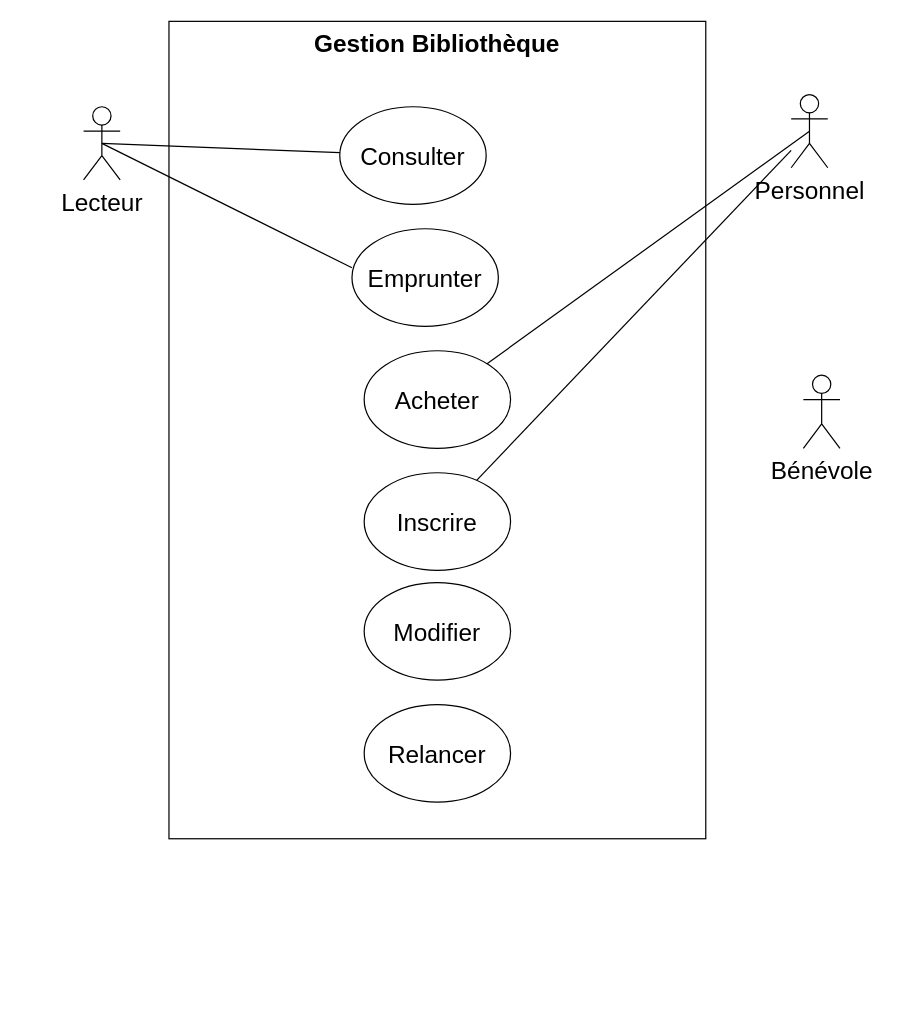
The draw.io diagram Développer des composants d'interface/Maquetter une application/UML partie 1/Phase 2 - Cas d'utilisation et Scénarios/Gestion Bibliothèque.drawio in Nijat-Majidli/CDA_21188, before the edit. Source tidied: cells renumbered, new cells numbered last; positions are measured from the earlier drawing's top-left corner, leaving out a move shared by most shapes. Both pictures are drawn from the tidied source at 122%, with x=0, y=0 at pixel (83, 21).
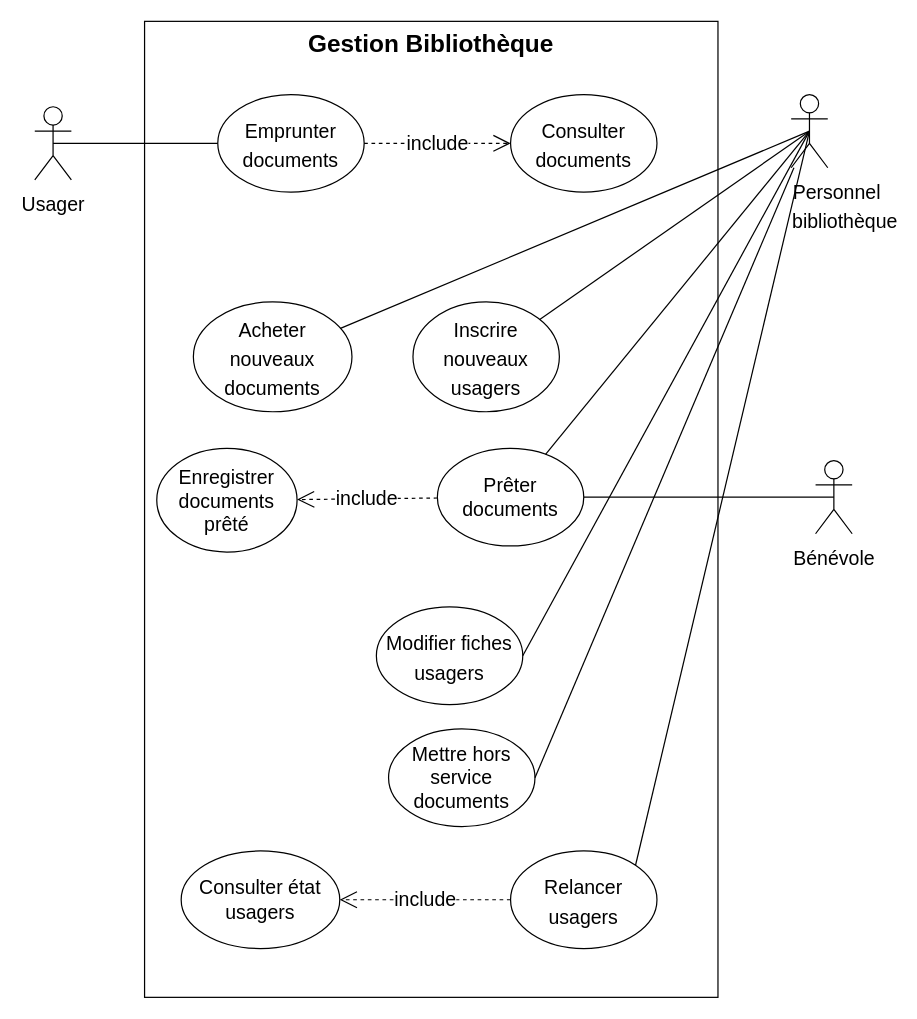
Above is the later version.

The edit, as a diff of the source:
```diff
@@
     <mxCell id="2" value="Gestion Bibliothèque" style="whiteSpace=wrap;html=1;verticalAlign=top;fontStyle=1;fontSize=20;" parent="1" vertex="1">
-      <mxGeometry x="70" width="440" height="670" as="geometry" />
+      <mxGeometry x="50" width="470" height="800" as="geometry" />
     </mxCell>
-    <mxCell id="3" value="Lecteur" style="shape=umlActor;verticalLabelPosition=bottom;verticalAlign=top;html=1;outlineConnect=0;fontSize=20;" parent="1" vertex="1">
-      <mxGeometry y="70" width="30" height="60" as="geometry" />
+    <mxCell id="3" value="&lt;font style=&quot;font-size: 16px&quot;&gt;Usager&lt;/font&gt;" style="shape=umlActor;verticalLabelPosition=bottom;verticalAlign=top;html=1;outlineConnect=0;fontSize=20;" parent="1" vertex="1">
+      <mxGeometry x="-40" y="70" width="30" height="60" as="geometry" />
     </mxCell>
-    <mxCell id="4" value="Personnel" style="shape=umlActor;verticalLabelPosition=bottom;verticalAlign=top;html=1;outlineConnect=0;fontSize=20;" parent="1" vertex="1">
+    <mxCell id="4" value="&lt;font style=&quot;font-size: 16px&quot;&gt;&amp;nbsp; &amp;nbsp; &amp;nbsp; &amp;nbsp; &amp;nbsp; &amp;nbsp;Personnel&amp;nbsp;&lt;br&gt;&amp;nbsp; &amp;nbsp; &amp;nbsp; &amp;nbsp; &amp;nbsp; &amp;nbsp; &amp;nbsp;bibliothèque&lt;/font&gt;" style="shape=umlActor;verticalLabelPosition=bottom;verticalAlign=top;html=1;outlineConnect=0;fontSize=20;" parent="1" vertex="1">
       <mxGeometry x="580" y="60" width="30" height="60" as="geometry" />
     </mxCell>
-    <mxCell id="5" value="Bénévole" style="shape=umlActor;verticalLabelPosition=bottom;verticalAlign=top;html=1;outlineConnect=0;fontSize=20;" parent="1" vertex="1">
-      <mxGeometry x="590" y="290" width="30" height="60" as="geometry" />
+    <mxCell id="5" value="&lt;font style=&quot;font-size: 16px&quot;&gt;Bénévole&lt;/font&gt;" style="shape=umlActor;verticalLabelPosition=bottom;verticalAlign=top;html=1;outlineConnect=0;fontSize=20;" parent="1" vertex="1">
+      <mxGeometry x="600" y="360" width="30" height="60" as="geometry" />
     </mxCell>
-    <mxCell id="6" value="Consulter" style="ellipse;whiteSpace=wrap;html=1;fontSize=20;" parent="1" vertex="1">
-      <mxGeometry x="210" y="70" width="120" height="80" as="geometry" />
+    <mxCell id="6" value="&lt;font style=&quot;font-size: 16px&quot;&gt;Consulter documents&lt;/font&gt;" style="ellipse;whiteSpace=wrap;html=1;fontSize=20;" parent="1" vertex="1">
+      <mxGeometry x="350" y="60" width="120" height="80" as="geometry" />
     </mxCell>
-    <mxCell id="7" value="Emprunter" style="ellipse;whiteSpace=wrap;html=1;fontSize=20;" parent="1" vertex="1">
-      <mxGeometry x="220" y="170" width="120" height="80" as="geometry" />
+    <mxCell id="7" value="&lt;font style=&quot;font-size: 16px&quot;&gt;Emprunter documents&lt;/font&gt;" style="ellipse;whiteSpace=wrap;html=1;fontSize=20;" parent="1" vertex="1">
+      <mxGeometry x="110" y="60" width="120" height="80" as="geometry" />
     </mxCell>
-    <mxCell id="8" value="Acheter" style="ellipse;whiteSpace=wrap;html=1;fontSize=20;" parent="1" vertex="1">
-      <mxGeometry x="230" y="270" width="120" height="80" as="geometry" />
+    <mxCell id="8" value="&lt;font style=&quot;font-size: 16px&quot;&gt;Acheter nouveaux documents&lt;/font&gt;" style="ellipse;whiteSpace=wrap;html=1;fontSize=20;" parent="1" vertex="1">
+      <mxGeometry x="90" y="230" width="130" height="90" as="geometry" />
     </mxCell>
-    <mxCell id="9" value="Inscrire" style="ellipse;whiteSpace=wrap;html=1;fontSize=20;" parent="1" vertex="1">
-      <mxGeometry x="230" y="370" width="120" height="80" as="geometry" />
+    <mxCell id="9" value="&lt;font style=&quot;font-size: 16px&quot;&gt;Inscrire nouveaux usagers&lt;/font&gt;" style="ellipse;whiteSpace=wrap;html=1;fontSize=20;" parent="1" vertex="1">
+      <mxGeometry x="270" y="230" width="120" height="90" as="geometry" />
     </mxCell>
-    <mxCell id="10" value="Modifier" style="ellipse;whiteSpace=wrap;html=1;fontSize=20;" parent="1" vertex="1">
-      <mxGeometry x="230" y="460" width="120" height="80" as="geometry" />
+    <mxCell id="10" value="&lt;font style=&quot;font-size: 16px&quot;&gt;Modifier fiches usagers&lt;/font&gt;" style="ellipse;whiteSpace=wrap;html=1;fontSize=20;" parent="1" vertex="1">
+      <mxGeometry x="240" y="480" width="120" height="80" as="geometry" />
     </mxCell>
-    <mxCell id="11" value="Relancer" style="ellipse;whiteSpace=wrap;html=1;fontSize=20;" parent="1" vertex="1">
-      <mxGeometry x="230" y="560" width="120" height="80" as="geometry" />
+    <mxCell id="11" value="&lt;font style=&quot;font-size: 16px&quot;&gt;Relancer usagers&lt;/font&gt;" style="ellipse;whiteSpace=wrap;html=1;fontSize=20;" parent="1" vertex="1">
+      <mxGeometry x="350" y="680" width="120" height="80" as="geometry" />
     </mxCell>
-    <mxCell id="12" style="endArrow=none;html=1;rounded=0;fontSize=20;entryX=0.5;entryY=0.5;entryDx=0;entryDy=0;entryPerimeter=0;" parent="1" edge="1" source="6" target="3">
-      <mxGeometry relative="1" as="geometry" />
-    </mxCell>
-    <mxCell id="13" style="endArrow=none;html=1;rounded=0;fontSize=20;entryX=0;entryY=0.4;entryDx=0;entryDy=0;entryPerimeter=0;exitX=0.5;exitY=0.5;exitDx=0;exitDy=0;exitPerimeter=0;" parent="1" edge="1" source="3" target="7">
-      <mxGeometry relative="1" as="geometry" />
-    </mxCell>
@@
-    <mxCell id="15" style="endArrow=none;html=1;rounded=0;fontSize=20;" parent="1" edge="1" source="4" target="9">
+    <mxCell id="15" style="endArrow=none;html=1;rounded=0;fontSize=20;exitX=0.5;exitY=0.5;exitDx=0;exitDy=0;exitPerimeter=0;" parent="1" edge="1" source="4" target="9">
       <mxGeometry relative="1" as="geometry" />
     </mxCell>
+    <mxCell id="16" style="endArrow=none;html=1;rounded=0;exitX=1;exitY=0.5;exitDx=0;exitDy=0;" parent="1" edge="1" source="10">
+      <mxGeometry relative="1" as="geometry">
+        <mxPoint x="595" y="90" as="targetPoint" />
+      </mxGeometry>
+    </mxCell>
+    <mxCell id="17" value="&lt;div&gt;&lt;font style=&quot;font-size: 16px&quot;&gt;Prêter documents&lt;/font&gt;&lt;/div&gt;" style="ellipse;whiteSpace=wrap;html=1;" parent="1" vertex="1">
+      <mxGeometry x="290" y="350" width="120" height="80" as="geometry" />
+    </mxCell>
+    <mxCell id="18" style="endArrow=none;html=1;rounded=0;fontSize=20;entryX=0.5;entryY=0.5;entryDx=0;entryDy=0;entryPerimeter=0;" parent="1" edge="1" source="17" target="5">
+      <mxGeometry relative="1" as="geometry" />
+    </mxCell>
+    <mxCell id="19" value="Mettre hors service documents" style="ellipse;whiteSpace=wrap;html=1;fontSize=16;" parent="1" vertex="1">
+      <mxGeometry x="250" y="580" width="120" height="80" as="geometry" />
+    </mxCell>
+    <mxCell id="20" style="endArrow=none;html=1;rounded=0;fontSize=16;exitX=1;exitY=0.5;exitDx=0;exitDy=0;" parent="1" edge="1" source="19" target="4">
+      <mxGeometry relative="1" as="geometry" />
+    </mxCell>
+    <mxCell id="21" value="Consulter état usagers" style="ellipse;whiteSpace=wrap;html=1;fontSize=16;" parent="1" vertex="1">
+      <mxGeometry x="80" y="680" width="130" height="80" as="geometry" />
+    </mxCell>
+    <mxCell id="22" style="endArrow=none;html=1;rounded=0;fontSize=16;entryX=0.5;entryY=0.5;entryDx=0;entryDy=0;entryPerimeter=0;" parent="1" edge="1" source="17" target="4">
+      <mxGeometry relative="1" as="geometry" />
+    </mxCell>
+    <mxCell id="23" style="endArrow=none;html=1;rounded=0;fontSize=16;exitX=1;exitY=0;exitDx=0;exitDy=0;entryX=0.5;entryY=0.5;entryDx=0;entryDy=0;entryPerimeter=0;" parent="1" edge="1" source="11" target="4">
+      <mxGeometry relative="1" as="geometry" />
+    </mxCell>
+    <mxCell id="24" value="include" style="endArrow=open;endSize=12;dashed=1;html=1;rounded=0;fontSize=16;exitX=1;exitY=0.5;exitDx=0;exitDy=0;entryX=0;entryY=0.5;entryDx=0;entryDy=0;" parent="1" edge="1" source="7" target="6">
+      <mxGeometry relative="1" as="geometry" />
+    </mxCell>
+    <mxCell id="13" style="endArrow=none;html=1;rounded=0;fontSize=16;entryX=0;entryY=0.5;entryDx=0;entryDy=0;exitX=0.5;exitY=0.5;exitDx=0;exitDy=0;exitPerimeter=0;" parent="1" edge="1" source="3" target="7">
+      <mxGeometry relative="1" as="geometry" />
+    </mxCell>
+    <mxCell id="25" value="include" style="endArrow=open;endSize=12;dashed=1;html=1;rounded=0;fontSize=16;exitX=0;exitY=0.5;exitDx=0;exitDy=0;" parent="1" edge="1" source="11" target="21">
+      <mxGeometry relative="1" as="geometry" />
+    </mxCell>
+    <mxCell id="26" value="Enregistrer documents prêté" style="ellipse;whiteSpace=wrap;html=1;fontSize=16;" parent="1" vertex="1">
+      <mxGeometry x="60" y="350" width="115" height="85" as="geometry" />
+    </mxCell>
+    <mxCell id="27" value="include" style="endArrow=open;endSize=12;dashed=1;html=1;rounded=0;fontSize=16;" parent="1" edge="1" source="17" target="26">
+      <mxGeometry relative="1" as="geometry" />
+    </mxCell>
```
